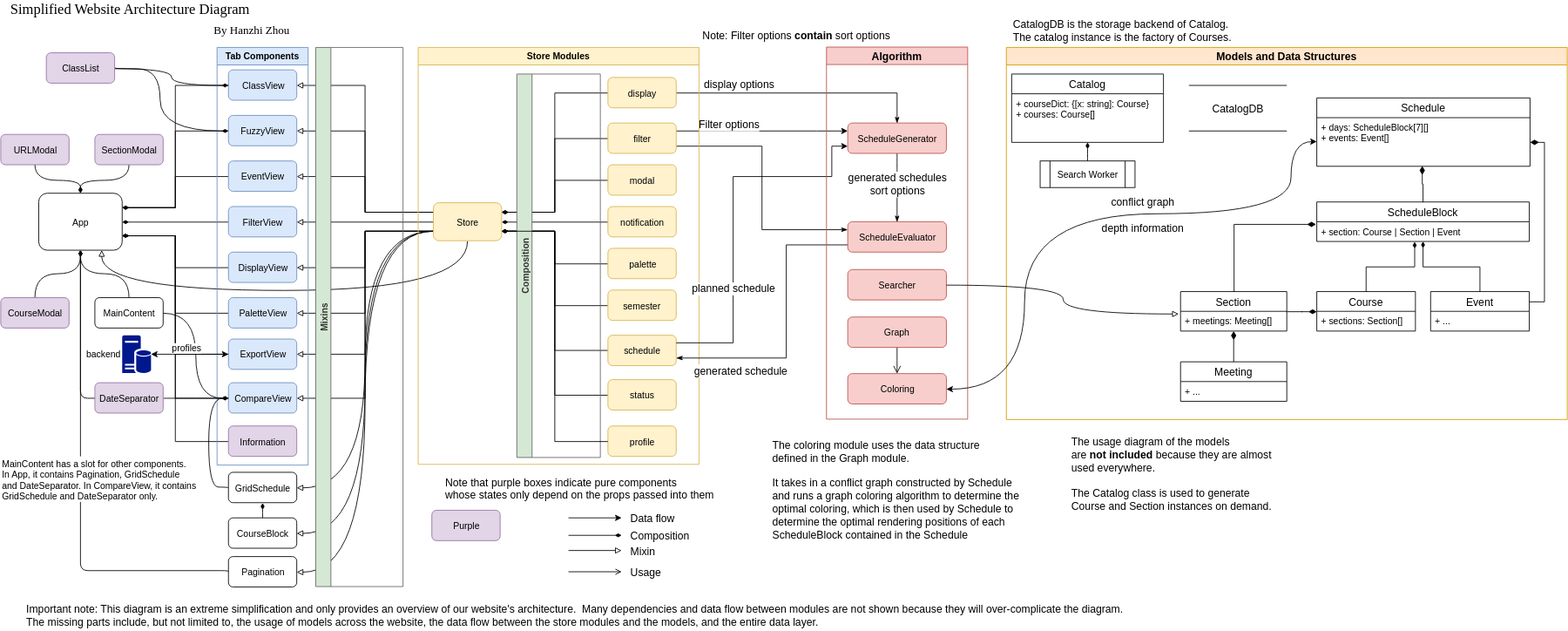
Above: docs/Website Architecture.svg in awesome-schedule/plannable (draw.io), before the change. Source tidied: cells renumbered, new cells last; positions are measured from the earlier drawing's top-left corner, leaving out a move shared by most shapes.
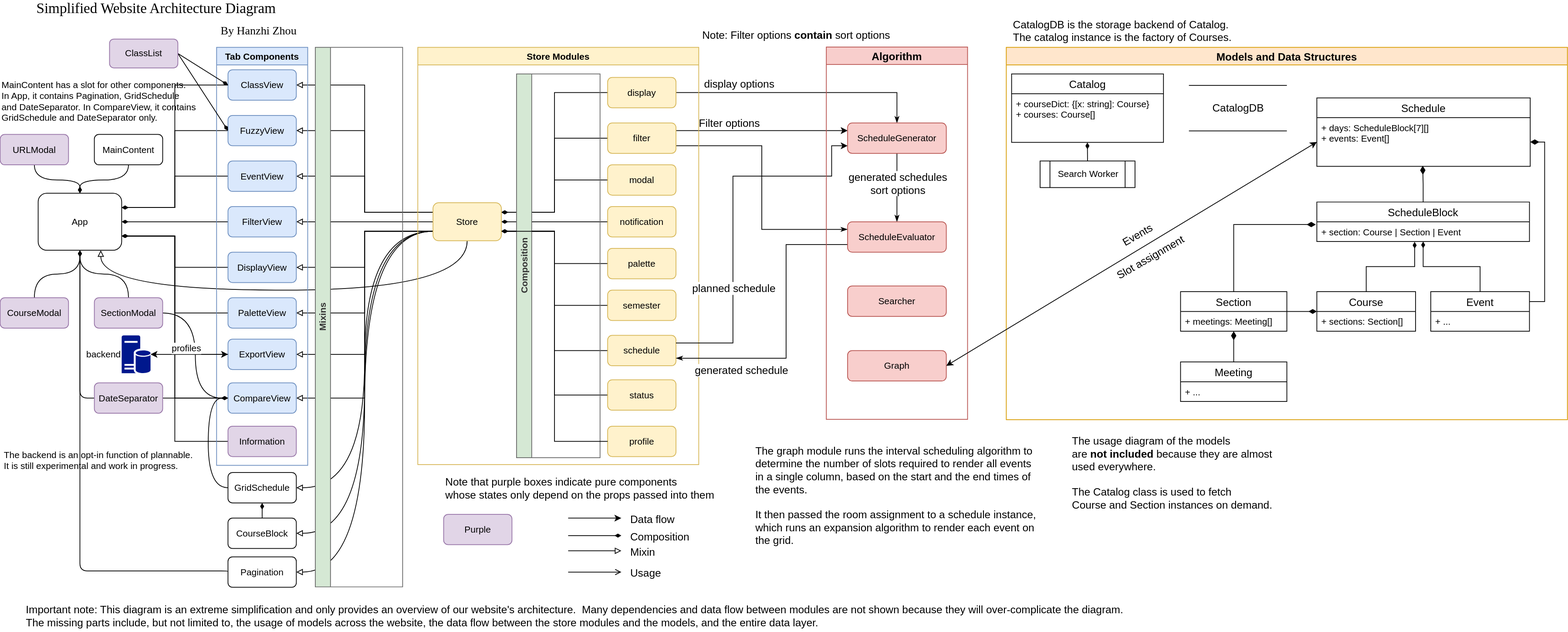
After the change.

The edit, as a diff of the source:
```diff
@@ -202,24 +202,14 @@
     <mxCell id="59" value="Mixins" style="swimlane;html=1;horizontal=0;startSize=20;fillColor=#D5E8D4;strokeColor=#666666;fontColor=#333333;shadow=0;glass=0;noLabel=0;" parent="1" vertex="1">
       <mxGeometry x="415" y="61" width="115" height="710" as="geometry" />
     </mxCell>
-    <mxCell id="60" style="rounded=0;jettySize=auto;html=1;entryX=0;entryY=0.5;entryDx=0;entryDy=0;startArrow=none;startFill=0;endArrow=diamondThin;endFill=1;edgeStyle=orthogonalEdgeStyle;curved=1;" parent="1" edge="1" source="62" target="36">
-      <mxGeometry relative="1" as="geometry">
-        <Array as="points">
-          <mxPoint x="225" y="88.5" />
-          <mxPoint x="225" y="110.5" />
-        </Array>
-      </mxGeometry>
+    <mxCell id="60" style="edgeStyle=none;rounded=0;jettySize=auto;html=1;exitX=1;exitY=0.5;exitDx=0;exitDy=0;entryX=0;entryY=0.5;entryDx=0;entryDy=0;startArrow=none;startFill=0;endArrow=diamondThin;endFill=1;" parent="1" edge="1" source="62" target="36">
+      <mxGeometry relative="1" as="geometry" />
     </mxCell>
-    <mxCell id="61" style="edgeStyle=orthogonalEdgeStyle;rounded=0;jettySize=auto;html=1;exitX=1;exitY=0.5;exitDx=0;exitDy=0;entryX=0;entryY=0.5;entryDx=0;entryDy=0;curved=1;endArrow=diamondThin;endFill=1;" parent="1" edge="1" source="62" target="38">
-      <mxGeometry relative="1" as="geometry">
-        <Array as="points">
-          <mxPoint x="210" y="88.5" />
-          <mxPoint x="210" y="170.5" />
-        </Array>
-      </mxGeometry>
+    <mxCell id="61" style="edgeStyle=none;rounded=0;jettySize=auto;html=1;exitX=1;exitY=0.5;exitDx=0;exitDy=0;entryX=0;entryY=0.5;entryDx=0;entryDy=0;startArrow=none;startFill=0;endArrow=diamondThin;endFill=1;" parent="1" edge="1" source="62" target="38">
+      <mxGeometry relative="1" as="geometry" />
     </mxCell>
     <mxCell id="62" value="ClassList" style="rounded=1;whiteSpace=wrap;html=1;shadow=0;glass=0;fillColor=#e1d5e7;strokeColor=#9673a6;" parent="1" vertex="1">
-      <mxGeometry x="60" y="68" width="90" height="40" as="geometry" />
+      <mxGeometry x="144" y="50" width="90" height="38" as="geometry" />
     </mxCell>
     <mxCell id="63" value="Pagination" style="rounded=1;whiteSpace=wrap;html=1;" parent="1" vertex="1">
       <mxGeometry x="300" y="731.5" width="90" height="40" as="geometry" />
@@ -250,11 +240,11 @@
     <mxCell id="70" style="edgeStyle=orthogonalEdgeStyle;curved=1;rounded=0;jettySize=auto;html=1;startArrow=none;startFill=0;endArrow=diamondThin;endFill=1;" parent="1" edge="1" source="71" target="42">
       <mxGeometry relative="1" as="geometry" />
     </mxCell>
-    <mxCell id="71" value="SectionModal" style="rounded=1;whiteSpace=wrap;html=1;fillColor=#e1d5e7;strokeColor=#9673a6;" parent="1" vertex="1">
+    <mxCell id="71" value="MainContent" style="rounded=1;whiteSpace=wrap;html=1;" parent="1" vertex="1">
       <mxGeometry x="124" y="175.5" width="90" height="40" as="geometry" />
     </mxCell>
     <mxCell id="72" value="Purple" style="rounded=1;whiteSpace=wrap;html=1;fillColor=#e1d5e7;strokeColor=#9673a6;" parent="1" vertex="1">
-      <mxGeometry x="568" y="670.5" width="90" height="40" as="geometry" />
+      <mxGeometry x="584" y="675.5" width="90" height="40" as="geometry" />
     </mxCell>
     <mxCell id="73" value="&lt;div style=&quot;text-align: left; font-size: 14px;&quot;&gt;&lt;span style=&quot;font-size: 14px;&quot;&gt;Note that purple boxes indicate pure components&amp;nbsp;&lt;/span&gt;&lt;/div&gt;&lt;div style=&quot;text-align: left; font-size: 14px;&quot;&gt;&lt;span style=&quot;font-size: 14px;&quot;&gt;whose states only depend on the props passed into them&lt;/span&gt;&lt;/div&gt;" style="text;html=1;align=center;verticalAlign=middle;fillColor=none;strokeColor=none;rounded=0;shadow=0;glass=0;fontSize=14;" parent="1" vertex="1">
       <mxGeometry x="568" y="620.5" width="390" height="40" as="geometry" />
@@ -331,20 +321,14 @@
     <mxCell id="88" value="Algorithm" style="swimlane;fontSize=14;fillColor=#f8cecc;strokeColor=#b85450;" parent="1" vertex="1">
       <mxGeometry x="1088" y="60.5" width="186" height="490" as="geometry" />
     </mxCell>
-    <mxCell id="89" value="Coloring" style="rounded=1;whiteSpace=wrap;html=1;fillColor=#f8cecc;strokeColor=#b85450;" parent="88" vertex="1">
-      <mxGeometry x="28" y="430" width="130" height="40" as="geometry" />
-    </mxCell>
     <mxCell id="90" value="ScheduleEvaluator" style="rounded=1;whiteSpace=wrap;html=1;fillColor=#f8cecc;strokeColor=#b85450;" parent="88" vertex="1">
       <mxGeometry x="28" y="230" width="130" height="40" as="geometry" />
     </mxCell>
-    <mxCell id="91" style="edgeStyle=orthogonalEdgeStyle;curved=1;rounded=0;jettySize=auto;html=1;endArrow=open;endFill=0;endSize=8;fontSize=14;" parent="88" edge="1" source="92" target="89">
-      <mxGeometry relative="1" as="geometry" />
-    </mxCell>
     <mxCell id="92" value="Graph" style="rounded=1;whiteSpace=wrap;html=1;fillColor=#f8cecc;strokeColor=#b85450;" parent="88" vertex="1">
-      <mxGeometry x="28" y="355.5" width="130" height="40" as="geometry" />
+      <mxGeometry x="28" y="399.5" width="130" height="40" as="geometry" />
     </mxCell>
     <mxCell id="93" value="Searcher" style="rounded=1;whiteSpace=wrap;html=1;fillColor=#f8cecc;strokeColor=#b85450;" parent="88" vertex="1">
-      <mxGeometry x="28" y="293" width="130" height="40" as="geometry" />
+      <mxGeometry x="28" y="314.5" width="130" height="40" as="geometry" />
     </mxCell>
     <mxCell id="94" style="edgeStyle=orthogonalEdgeStyle;rounded=0;jettySize=auto;html=1;exitX=0.5;exitY=0;exitDx=0;exitDy=0;entryX=0.46;entryY=1.016;entryDx=0;entryDy=0;entryPerimeter=0;endArrow=diamondThin;endFill=1;fontSize=14;" parent="1" edge="1" source="95" target="108">
       <mxGeometry relative="1" as="geometry" />
@@ -421,21 +405,6 @@
     <mxCell id="118" value="+ courseDict: {[x: string]: Course}&#10;+ courses: Course[]&#10;" style="text;strokeColor=none;fillColor=none;align=left;verticalAlign=top;spacingLeft=4;spacingRight=4;overflow=hidden;points=[[0,0.5],[1,0.5]];portConstraint=eastwest;" parent="117" vertex="1">
       <mxGeometry y="26" width="200" height="64" as="geometry" />
     </mxCell>
-    <mxCell id="119" style="edgeStyle=orthogonalEdgeStyle;curved=1;startArrow=classic;startFill=1;" parent="1" edge="1" source="105" target="89">
-      <mxGeometry relative="1" as="geometry">
-        <Array as="points">
-          <mxPoint x="1700" y="185" />
-          <mxPoint x="1700" y="280" />
-          <mxPoint x="1349" y="280" />
-          <mxPoint x="1349" y="511" />
-        </Array>
-      </mxGeometry>
-    </mxCell>
-    <mxCell id="120" value="conflict graph&lt;br&gt;&lt;br&gt;depth information&lt;br&gt;" style="text;html=1;align=center;verticalAlign=middle;labelBackgroundColor=none;fontSize=14;" parent="119" vertex="1">
-      <mxGeometry x="-0.29" y="8" relative="1" as="geometry">
-        <mxPoint x="-37" y="-8.5" as="offset" />
-      </mxGeometry>
-    </mxCell>
     <mxCell id="121" style="edgeStyle=orthogonalEdgeStyle;rounded=0;orthogonalLoop=1;jettySize=auto;html=1;fontSize=14;endArrow=open;endFill=0;" parent="1" edge="1">
       <mxGeometry relative="1" as="geometry">
         <mxPoint x="748" y="751.5" as="sourcePoint" />
@@ -445,11 +414,11 @@
     <mxCell id="122" value="Usage" style="text;html=1;align=left;verticalAlign=top;spacingTop=-4;fontSize=14;" parent="1" vertex="1">
       <mxGeometry x="828" y="741.5" width="60" height="20" as="geometry" />
     </mxCell>
-    <mxCell id="123" value="&lt;div style=&quot;text-align: left; font-size: 14px;&quot;&gt;The coloring module uses the data structure&amp;nbsp;&lt;/div&gt;&lt;div style=&quot;text-align: left; font-size: 14px;&quot;&gt;defined in the Graph module.&lt;/div&gt;&lt;div style=&quot;text-align: left; font-size: 14px;&quot;&gt;&lt;br style=&quot;font-size: 14px;&quot;&gt;&lt;/div&gt;&lt;div style=&quot;text-align: left; font-size: 14px;&quot;&gt;It takes in a conflict graph constructed by Schedule&amp;nbsp;&lt;/div&gt;&lt;div style=&quot;text-align: left; font-size: 14px;&quot;&gt;and&amp;nbsp;&lt;span style=&quot;font-size: 14px;&quot;&gt;runs a graph coloring algorithm to determine the&amp;nbsp;&lt;/span&gt;&lt;/div&gt;&lt;div style=&quot;text-align: left; font-size: 14px;&quot;&gt;optimal coloring, which is then used by Schedule to&lt;/div&gt;&lt;div style=&quot;text-align: left; font-size: 14px;&quot;&gt;determine the optimal rendering positions of each&amp;nbsp;&lt;/div&gt;&lt;div style=&quot;text-align: left; font-size: 14px;&quot;&gt;ScheduleBlock contained in the Schedule&lt;/div&gt;" style="text;html=1;align=center;verticalAlign=middle;fillColor=none;strokeColor=none;rounded=0;shadow=0;glass=0;fontSize=14;" parent="1" vertex="1">
-      <mxGeometry x="996" y="565.5" width="370" height="150" as="geometry" />
+    <mxCell id="123" value="&lt;div style=&quot;text-align: left ; font-size: 14px&quot;&gt;The graph module runs the interval scheduling algorithm to&amp;nbsp;&lt;/div&gt;&lt;div style=&quot;text-align: left ; font-size: 14px&quot;&gt;determine the number of slots required to render all events&lt;/div&gt;&lt;div style=&quot;text-align: left ; font-size: 14px&quot;&gt;in a single column, based on the start and the end times of&lt;/div&gt;&lt;div style=&quot;text-align: left ; font-size: 14px&quot;&gt;the events.&lt;/div&gt;&lt;div style=&quot;text-align: left ; font-size: 14px&quot;&gt;&lt;br&gt;&lt;/div&gt;&lt;div style=&quot;text-align: left ; font-size: 14px&quot;&gt;It then passed the room assignment to a schedule instance,&amp;nbsp;&lt;/div&gt;&lt;div style=&quot;text-align: left ; font-size: 14px&quot;&gt;which runs an expansion algorithm to render each event on&lt;/div&gt;&lt;div style=&quot;text-align: left ; font-size: 14px&quot;&gt;the grid.&lt;/div&gt;" style="text;html=1;align=center;verticalAlign=middle;fillColor=none;strokeColor=none;rounded=0;shadow=0;glass=0;fontSize=14;" parent="1" vertex="1">
+      <mxGeometry x="986" y="580.5" width="390" height="140" as="geometry" />
     </mxCell>
-    <mxCell id="124" value="&lt;div style=&quot;text-align: left; font-size: 14px;&quot;&gt;The usage diagram of the models&amp;nbsp;&lt;/div&gt;&lt;div style=&quot;text-align: left; font-size: 14px;&quot;&gt;are &lt;b style=&quot;font-size: 14px;&quot;&gt;not&amp;nbsp;&lt;/b&gt;&lt;b style=&quot;font-size: 14px;&quot;&gt;included&lt;/b&gt;&lt;span style=&quot;font-size: 14px;&quot;&gt; because they are almost&amp;nbsp;&lt;/span&gt;&lt;/div&gt;&lt;div style=&quot;text-align: left; font-size: 14px;&quot;&gt;&lt;span style=&quot;font-size: 14px;&quot;&gt;used&amp;nbsp;&lt;/span&gt;&lt;span style=&quot;font-size: 14px;&quot;&gt;everywhere.&lt;/span&gt;&lt;/div&gt;&lt;div style=&quot;text-align: left; font-size: 14px;&quot;&gt;&lt;br style=&quot;font-size: 14px;&quot;&gt;&lt;/div&gt;&lt;div style=&quot;text-align: left; font-size: 14px;&quot;&gt;The Catalog class is used to generate&amp;nbsp;&lt;/div&gt;&lt;div style=&quot;text-align: left; font-size: 14px;&quot;&gt;Course and Section instances on demand.&lt;/div&gt;" style="text;html=1;align=center;verticalAlign=middle;fillColor=none;strokeColor=none;rounded=0;shadow=0;glass=0;fontSize=14;" parent="1" vertex="1">
-      <mxGeometry x="1395" y="565.5" width="300" height="110" as="geometry" />
+    <mxCell id="124" value="&lt;div style=&quot;text-align: left ; font-size: 14px&quot;&gt;The usage diagram of the models&amp;nbsp;&lt;/div&gt;&lt;div style=&quot;text-align: left ; font-size: 14px&quot;&gt;are &lt;b style=&quot;font-size: 14px&quot;&gt;not&amp;nbsp;&lt;/b&gt;&lt;b style=&quot;font-size: 14px&quot;&gt;included&lt;/b&gt;&lt;span style=&quot;font-size: 14px&quot;&gt; because they are almost&amp;nbsp;&lt;/span&gt;&lt;/div&gt;&lt;div style=&quot;text-align: left ; font-size: 14px&quot;&gt;&lt;span style=&quot;font-size: 14px&quot;&gt;used&amp;nbsp;&lt;/span&gt;&lt;span style=&quot;font-size: 14px&quot;&gt;everywhere.&lt;/span&gt;&lt;/div&gt;&lt;div style=&quot;text-align: left ; font-size: 14px&quot;&gt;&lt;br style=&quot;font-size: 14px&quot;&gt;&lt;/div&gt;&lt;div style=&quot;text-align: left ; font-size: 14px&quot;&gt;The Catalog class is used to fetch&lt;/div&gt;&lt;div style=&quot;text-align: left ; font-size: 14px&quot;&gt;Course and Section instances on demand.&lt;/div&gt;" style="text;html=1;align=center;verticalAlign=middle;fillColor=none;strokeColor=none;rounded=0;shadow=0;glass=0;fontSize=14;" parent="1" vertex="1">
+      <mxGeometry x="1405" y="565.5" width="280" height="110" as="geometry" />
     </mxCell>
     <mxCell id="125" value="&lt;font face=&quot;Verdana&quot;&gt;&lt;span style=&quot;font-size: 19px&quot;&gt;Simplified Website Architecture Diagram&lt;/span&gt;&lt;/font&gt;" style="text;html=1;align=center;verticalAlign=middle;fillColor=none;strokeColor=none;rounded=0;labelBackgroundColor=none;fontSize=14;" parent="1" vertex="1">
       <mxGeometry x="5" y="-0.5" width="400" height="20" as="geometry" />
@@ -478,7 +447,7 @@
     <mxCell id="133" style="edgeStyle=orthogonalEdgeStyle;curved=1;rounded=0;jettySize=auto;html=1;exitX=0.5;exitY=0;exitDx=0;exitDy=0;endArrow=diamondThin;endFill=1;entryX=0.5;entryY=1;entryDx=0;entryDy=0;" parent="1" edge="1" source="134" target="42">
       <mxGeometry relative="1" as="geometry" />
     </mxCell>
-    <mxCell id="134" value="MainContent" style="rounded=1;whiteSpace=wrap;html=1;" parent="1" vertex="1">
+    <mxCell id="134" value="SectionModal" style="rounded=1;whiteSpace=wrap;html=1;fillColor=#e1d5e7;strokeColor=#9673a6;" parent="1" vertex="1">
       <mxGeometry x="124" y="390.5" width="90" height="40" as="geometry" />
     </mxCell>
     <mxCell id="135" style="edgeStyle=orthogonalEdgeStyle;curved=1;rounded=0;jettySize=auto;html=1;exitX=1;exitY=0.5;exitDx=0;exitDy=0;entryX=0;entryY=0.5;entryDx=0;entryDy=0;endArrow=diamondThin;endFill=1;" parent="1" edge="1" source="137" target="53">
@@ -497,14 +466,11 @@
     <mxCell id="138" style="edgeStyle=orthogonalEdgeStyle;rounded=0;jettySize=auto;html=1;exitX=0;exitY=0.5;exitDx=0;exitDy=0;entryX=1;entryY=0.75;entryDx=0;entryDy=0;endArrow=diamondThin;endFill=1;" parent="1" edge="1" source="53" target="42">
       <mxGeometry relative="1" as="geometry" />
     </mxCell>
-    <mxCell id="139" style="edgeStyle=orthogonalEdgeStyle;curved=1;rounded=0;jettySize=auto;html=1;exitX=1;exitY=0.5;exitDx=0;exitDy=0;entryX=-0.015;entryY=0.137;entryDx=0;entryDy=0;entryPerimeter=0;endArrow=block;endFill=0;" parent="1" edge="1" source="93" target="100">
-      <mxGeometry relative="1" as="geometry" />
-    </mxCell>
     <mxCell id="140" value="CatalogDB is the storage backend of Catalog.&lt;br style=&quot;font-size: 14px&quot;&gt;The catalog instance is the factory of Courses." style="text;html=1;align=left;verticalAlign=top;spacingTop=-4;fontSize=14;" parent="1" vertex="1">
       <mxGeometry x="1332" y="19.5" width="300" height="40" as="geometry" />
     </mxCell>
-    <mxCell id="141" value="MainContent has a slot for other components.&lt;br&gt;In App, it contains Pagination, GridSchedule&lt;br&gt;and DateSeparator. In CompareView, it contains&lt;br&gt;GridSchedule and DateSeparator only.&amp;nbsp;" style="text;html=1;align=left;verticalAlign=top;spacingTop=-4;fillColor=#ffffff;" parent="1" vertex="1">
-      <mxGeometry y="599.5" width="270" height="60" as="geometry" />
+    <mxCell id="141" value="MainContent has a slot for other components.&lt;br&gt;In App, it contains Pagination, GridSchedule&lt;br&gt;and DateSeparator. In CompareView, it contains&lt;br&gt;GridSchedule and DateSeparator only.&amp;nbsp;" style="text;html=1;align=left;verticalAlign=top;spacingTop=-4;" parent="1" vertex="1">
+      <mxGeometry y="100.5" width="270" height="60" as="geometry" />
     </mxCell>
     <mxCell id="142" value="backend" style="shadow=0;dashed=0;html=1;strokeColor=none;labelPosition=left;verticalLabelPosition=middle;verticalAlign=middle;align=right;shape=mxgraph.mscae.enterprise.database_server;fillColor=#00188D;" parent="1" vertex="1">
       <mxGeometry x="160" y="440" width="38" height="50" as="geometry" />
@@ -517,5 +483,17 @@
         <mxPoint x="31" y="-10" as="offset" />
       </mxGeometry>
     </mxCell>
+    <mxCell id="145" style="rounded=0;jettySize=auto;html=1;exitX=0;exitY=0.5;exitDx=0;exitDy=0;entryX=1;entryY=0.5;entryDx=0;entryDy=0;startArrow=classic;startFill=1;" parent="1" edge="1" source="105" target="92">
+      <mxGeometry relative="1" as="geometry" />
+    </mxCell>
+    <mxCell id="146" value="&lt;font style=&quot;font-size: 14px&quot;&gt;Events&lt;br&gt;&lt;br&gt;Slot assignment&lt;/font&gt;" style="edgeLabel;html=1;align=center;verticalAlign=middle;labelBackgroundColor=none;rotation=-30;" parent="145" vertex="1">
+      <mxGeometry x="-0.06" y="-1" relative="1" as="geometry" />
+    </mxCell>
+    <mxCell id="147" value="The backend is an opt-in function of plannable.&amp;nbsp;&lt;br&gt;It is still experimental and work in progress." style="text;html=1;align=left;verticalAlign=top;spacingTop=-4;overflow=fill;" parent="1" vertex="1">
+      <mxGeometry x="5" y="590.5" width="249" height="30" as="geometry" />
+    </mxCell>
+    <mxCell id="148" style="edgeStyle=none;rounded=0;orthogonalLoop=1;jettySize=auto;html=1;exitX=0;exitY=0.5;exitDx=0;exitDy=0;startArrow=none;startFill=0;endArrow=diamondThin;endFill=1;" parent="1" edge="1" source="72" target="72">
+      <mxGeometry relative="1" as="geometry" />
+    </mxCell>
   </root>
 </mxGraphModel>
```
